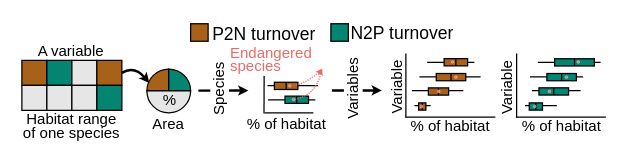
Earlier version of the draw.io diagram docs/fig1_flow.drawio (LLeiSong/SClimpact). Source tidied: cells renumbered, new cells numbered last; positions are measured from the earlier drawing's top-left corner, leaving out a move shared by most shapes. Both pictures are drawn from the tidied source at 125%, with x=0, y=0 at pixel (21, 22).
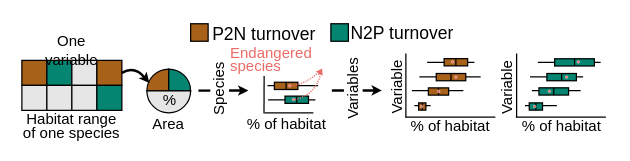
After the change.

Commit message (it also covers changes not shown here):
Add figure 1&2 and their associates

The edit, as a diff of the source:
```diff
@@
-    <mxCell id="34" value="A variable" style="text;html=1;align=center;verticalAlign=middle;whiteSpace=wrap;rounded=0;fontFamily=Merriweather;" parent="1" vertex="1">
-      <mxGeometry x="9.4" y="16.8" width="61.2" height="12" as="geometry" />
+    <mxCell id="34" value="One variable" style="text;html=1;align=center;verticalAlign=middle;whiteSpace=wrap;rounded=0;fontFamily=Merriweather;" parent="1" vertex="1">
+      <mxGeometry x="6.2" y="15.5" width="67.6" height="12" as="geometry" />
     </mxCell>
```
